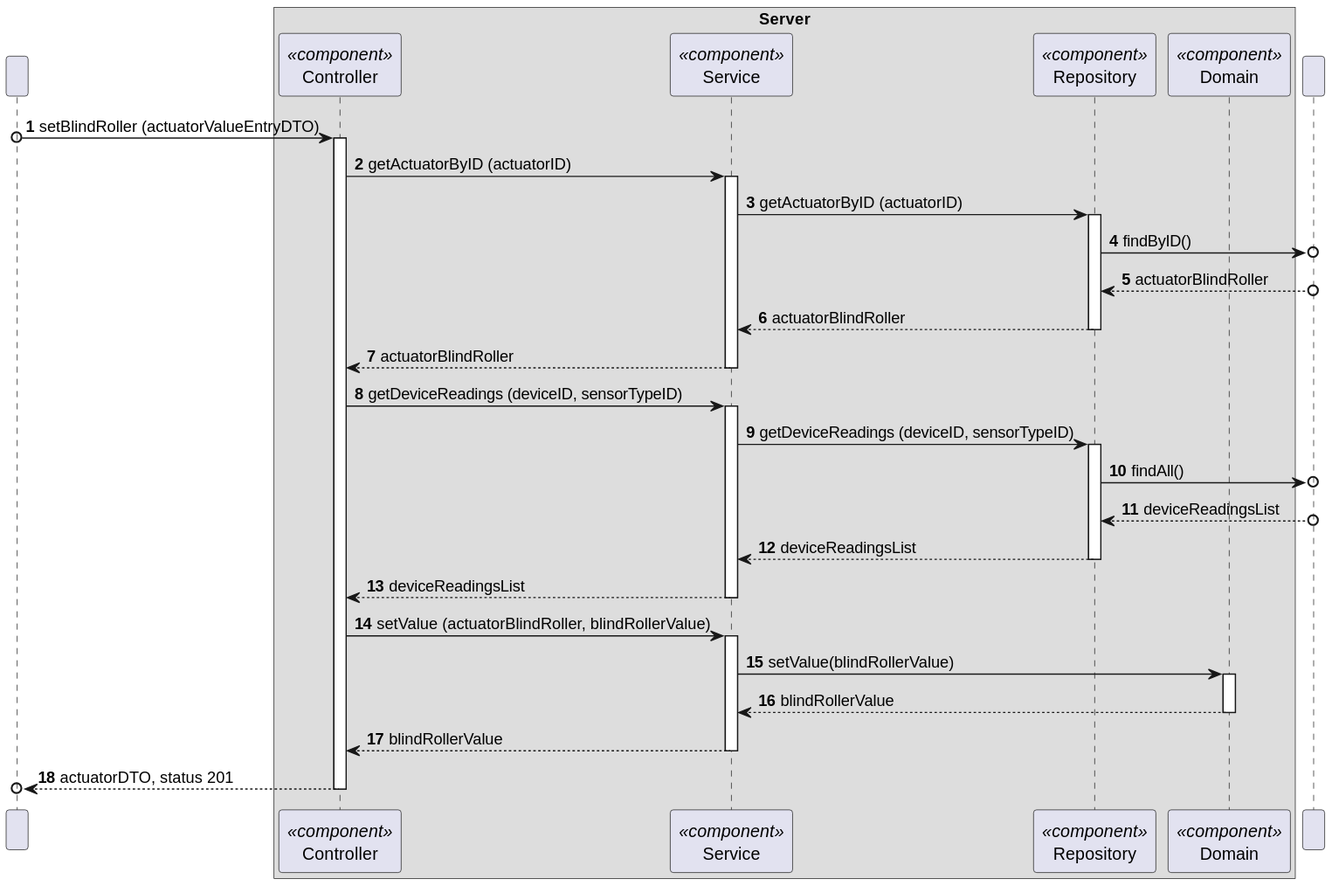
moutajDev/smarthome keeps this PlantUML diagram as docs/C4_4plus1_models/Level4/ProcessView/ProcessViewLevel4_UC16_v1.svg. Above is the earlier version.
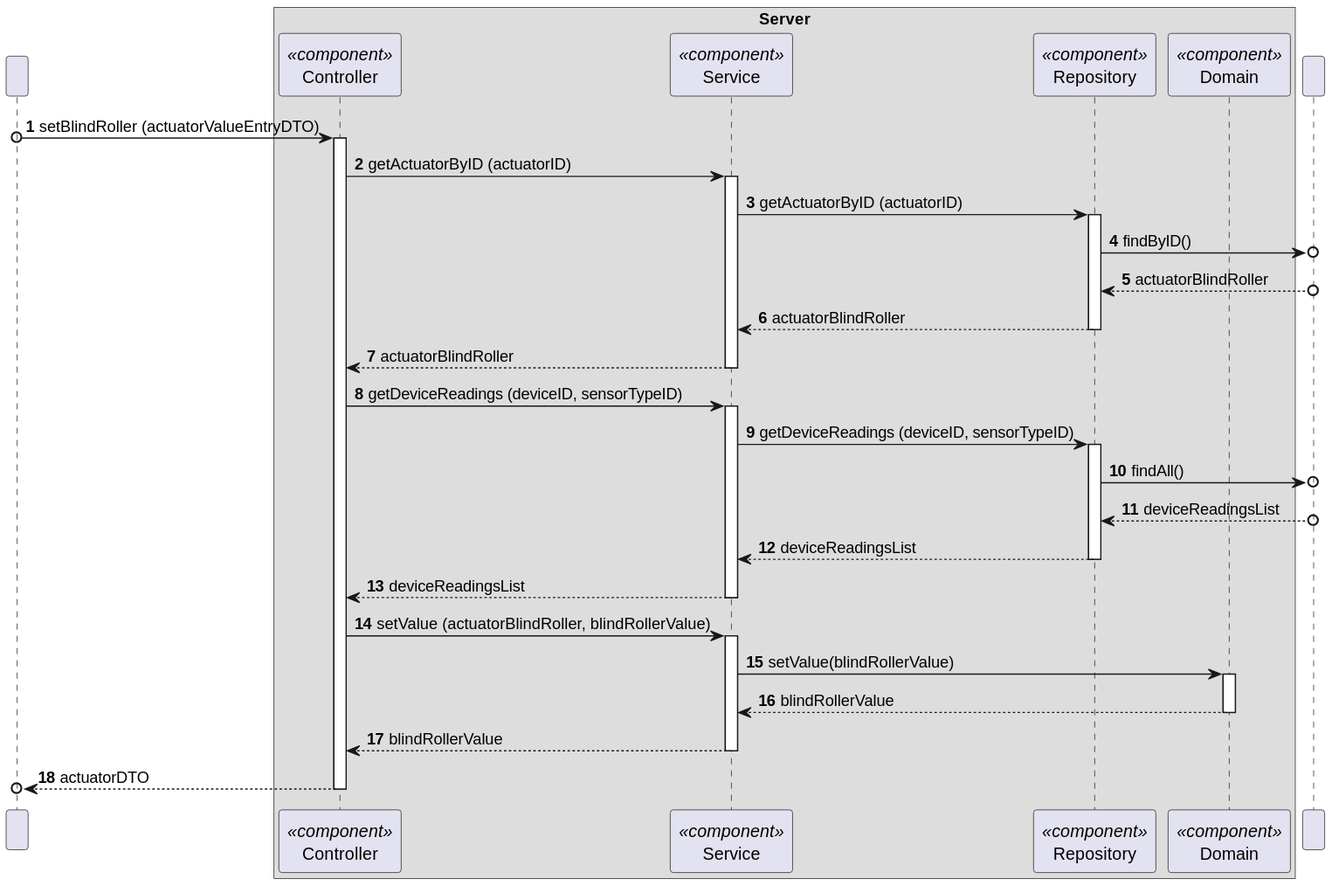
The same file after the commit.

Change to the diagram source:
```diff
@@ -63,6 +63,6 @@
 deactivate Service
 
 
-Controller -->o HTTP: actuatorDTO, status 201
+Controller -->o HTTP: actuatorDTO
 deactivate Controller
 @enduml
```
